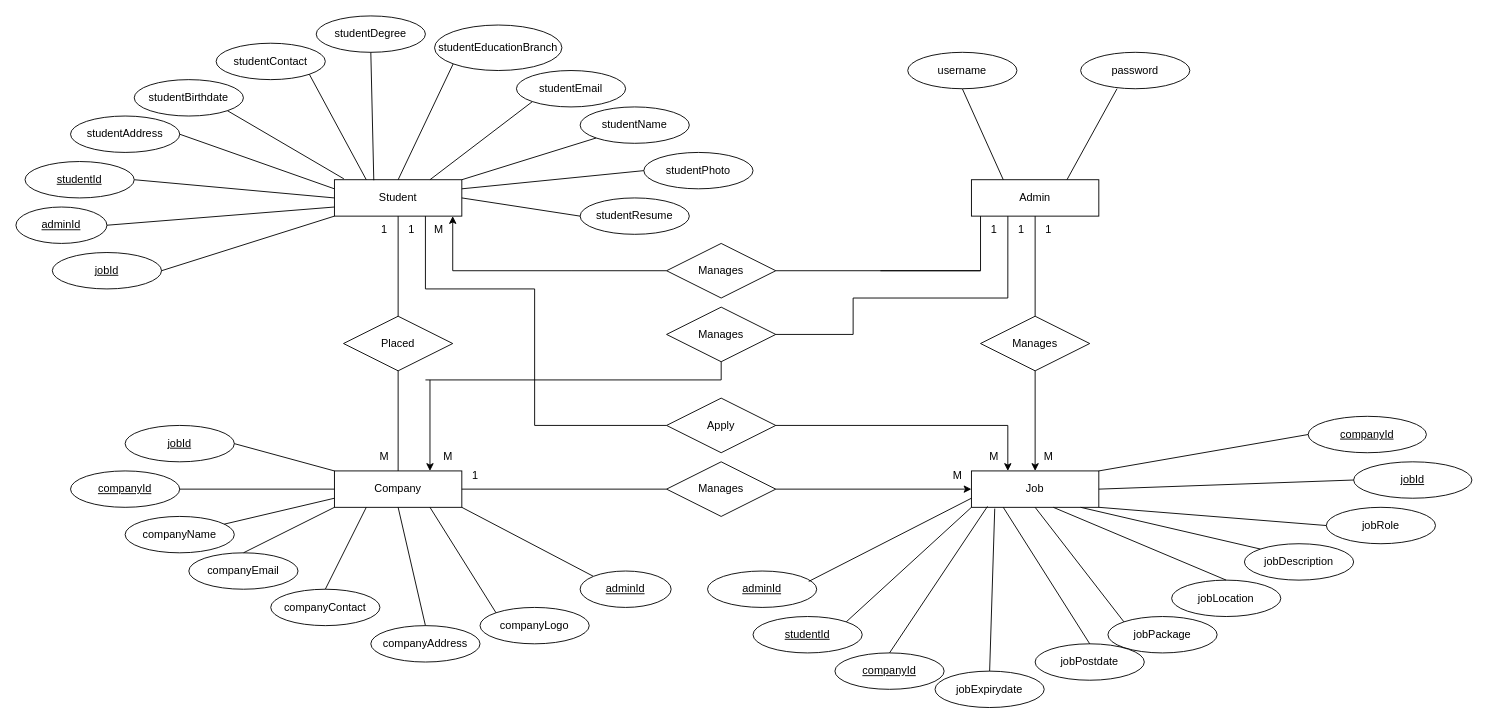
This is Untitled Diagram.drawio from RahelSane/RahelSane-6772-Core-Java-Project-, a draw.io file, before an edit. Source tidied: cells renumbered, new cells numbered last; positions are measured from the earlier drawing's top-left corner, leaving out a move shared by most shapes. Both pictures are drawn from the tidied source at 91%, with x=0, y=0 at pixel (15, 15).
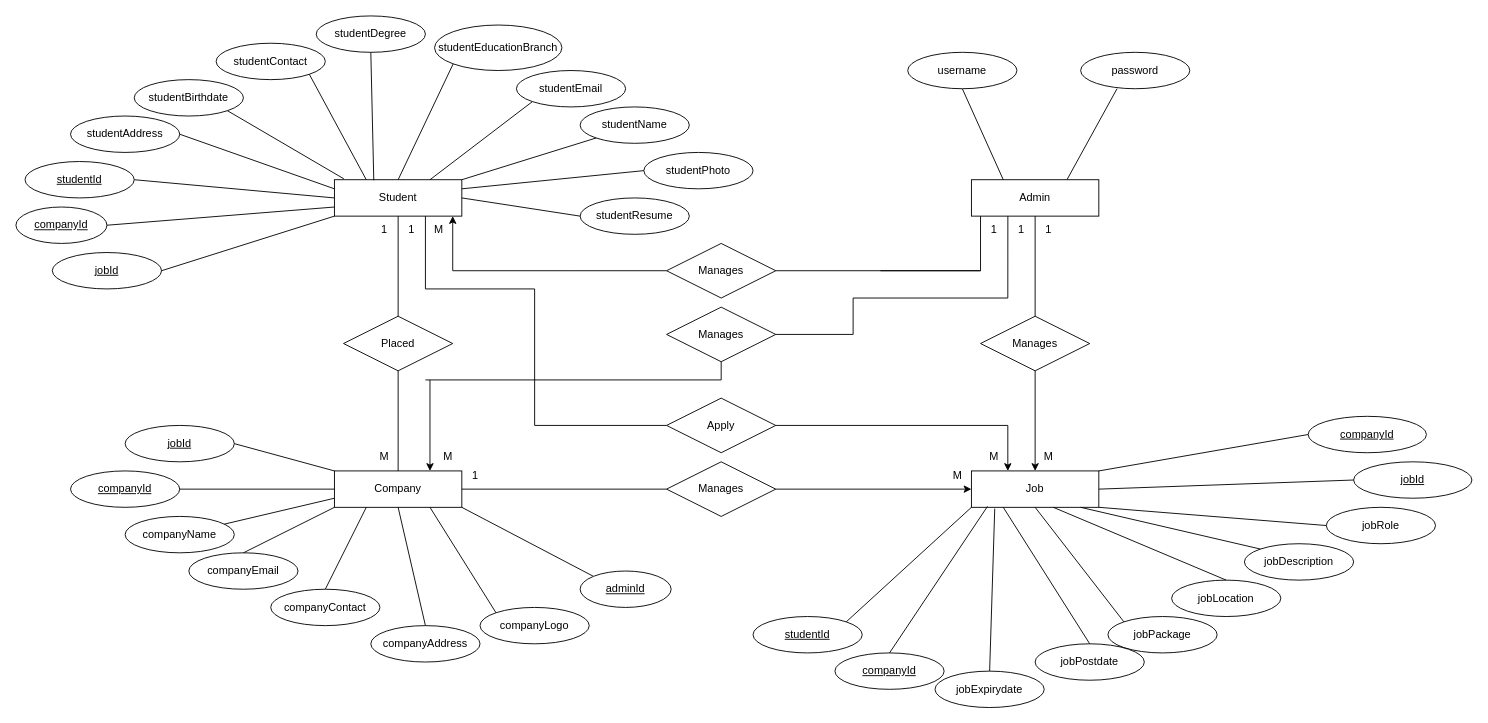
The same diagram, later.

Commit message:
PMC ER-Diagram

Unchanged cells that the change refers to:
```xml
<mxCell id="40" value="Job" style="rounded=0;whiteSpace=wrap;html=1;" parent="1" vertex="1">
  <mxGeometry x="1050" y="500" width="140" height="40" as="geometry" />
</mxCell>
```

The edit, as a diff of the source:
```diff
@@
-    <mxCell id="24" value="adminId" style="ellipse;whiteSpace=wrap;html=1;align=center;fontStyle=4;" parent="1" vertex="1">
+    <mxCell id="24" value="companyId" style="ellipse;whiteSpace=wrap;html=1;align=center;fontStyle=4;" parent="1" vertex="1">
       <mxGeometry y="210" width="100" height="40" as="geometry" />
     </mxCell>
@@
-    <mxCell id="57" value="adminId" style="ellipse;whiteSpace=wrap;html=1;align=center;fontStyle=4;" parent="1" vertex="1">
-      <mxGeometry x="760" y="610" width="120" height="40" as="geometry" />
-    </mxCell>
-    <mxCell id="58" style="endArrow=none;html=1;rounded=0;entryX=0;entryY=0.75;entryDx=0;entryDy=0;exitX=0.927;exitY=0.285;exitDx=0;exitDy=0;exitPerimeter=0;" parent="1" edge="1" source="57" target="40">
-      <mxGeometry relative="1" as="geometry" />
-    </mxCell>
```
